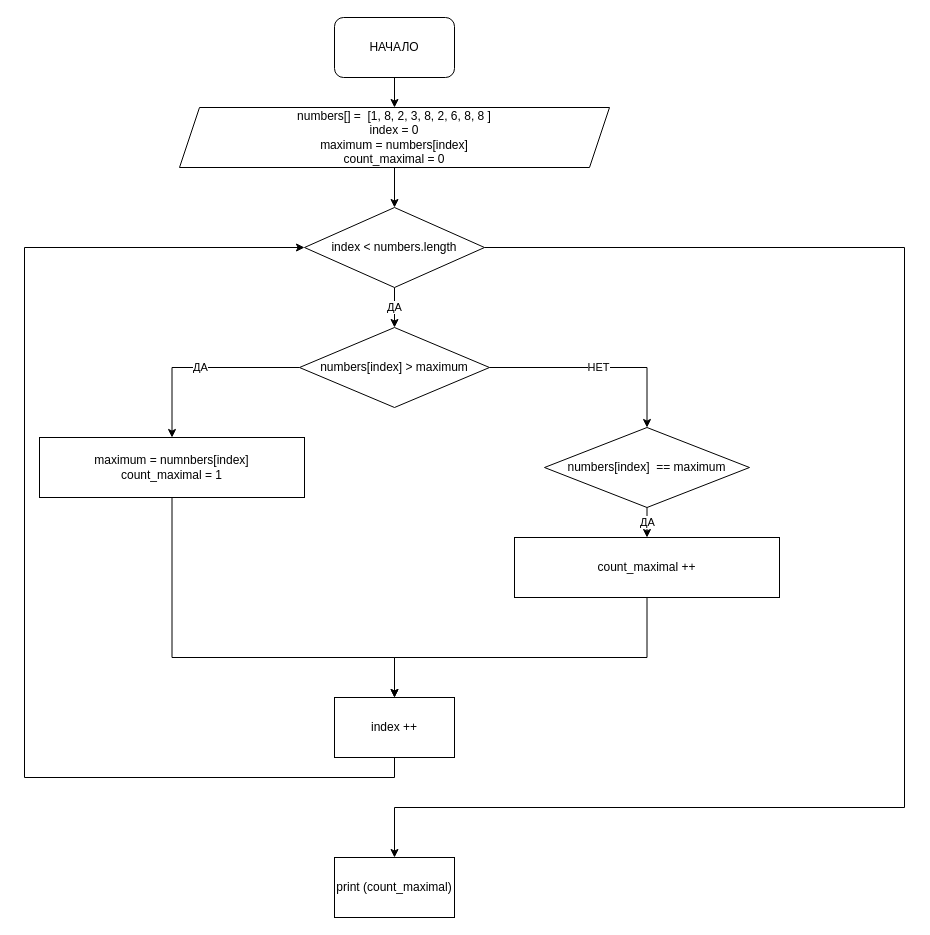
Above: Algorytm/Untitled Diagram.drawio in jokerjam-s/GeekBrainst (draw.io), before the change. Source tidied: cells renumbered, new cells numbered last; positions are measured from the earlier drawing's top-left corner, leaving out a move shared by most shapes. Both pictures are drawn from the tidied source at 100%, with x=0, y=0 at pixel (24, 17).
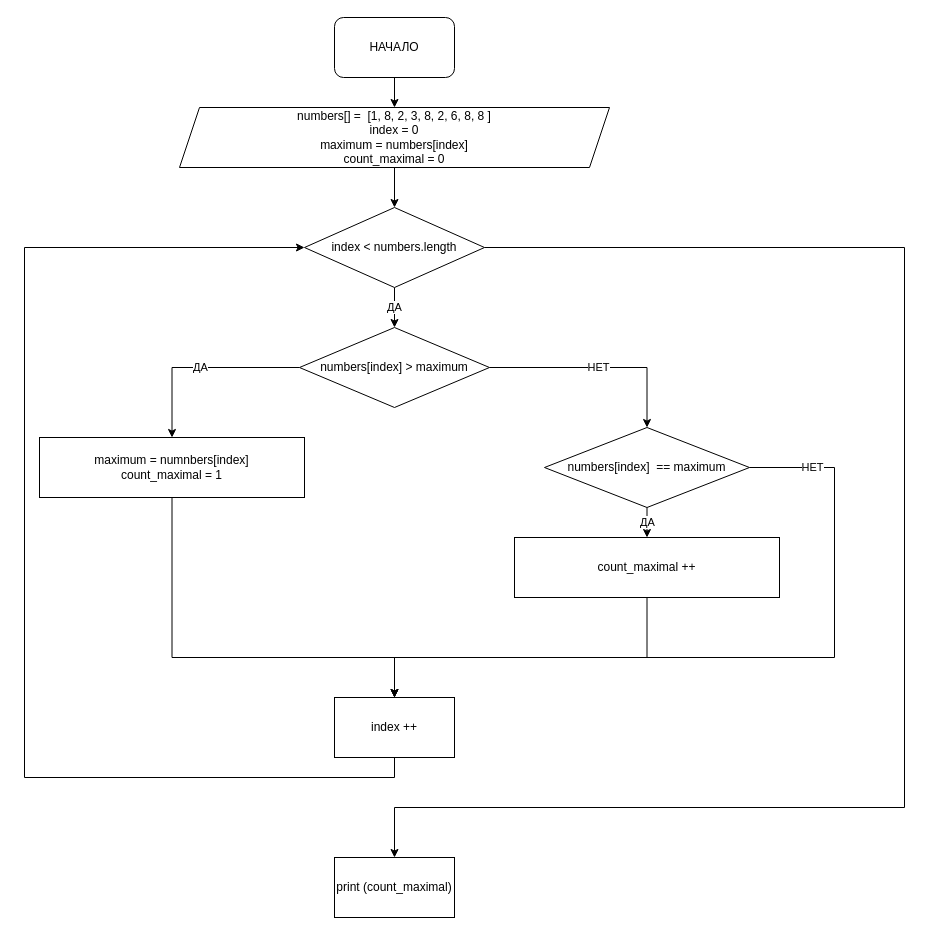
The same diagram, later.

The change refers to these unchanged cells:
```xml
<mxCell id="17" value="numbers[index]&amp;nbsp; == maximum" style="rhombus;whiteSpace=wrap;html=1;" parent="1" vertex="1">
  <mxGeometry x="520" y="410" width="205" height="80" as="geometry" />
</mxCell>
<mxCell id="19" value="index ++" style="rounded=0;whiteSpace=wrap;html=1;" parent="1" vertex="1">
  <mxGeometry x="310" y="680" width="120" height="60" as="geometry" />
</mxCell>
```

What changed in the source:
```diff
@@
+    <mxCell id="21" value="НЕТ" style="edgeStyle=orthogonalEdgeStyle;rounded=0;jettySize=auto;html=1;entryX=0.5;entryY=0;entryDx=0;entryDy=0;" parent="1" edge="1" source="17" target="19">
+      <mxGeometry x="-0.83" relative="1" as="geometry">
+        <Array as="points">
+          <mxPoint x="810" y="450" />
+          <mxPoint x="810" y="640" />
+          <mxPoint x="370" y="640" />
+        </Array>
+        <mxPoint x="-1" as="offset" />
+      </mxGeometry>
+    </mxCell>
```
